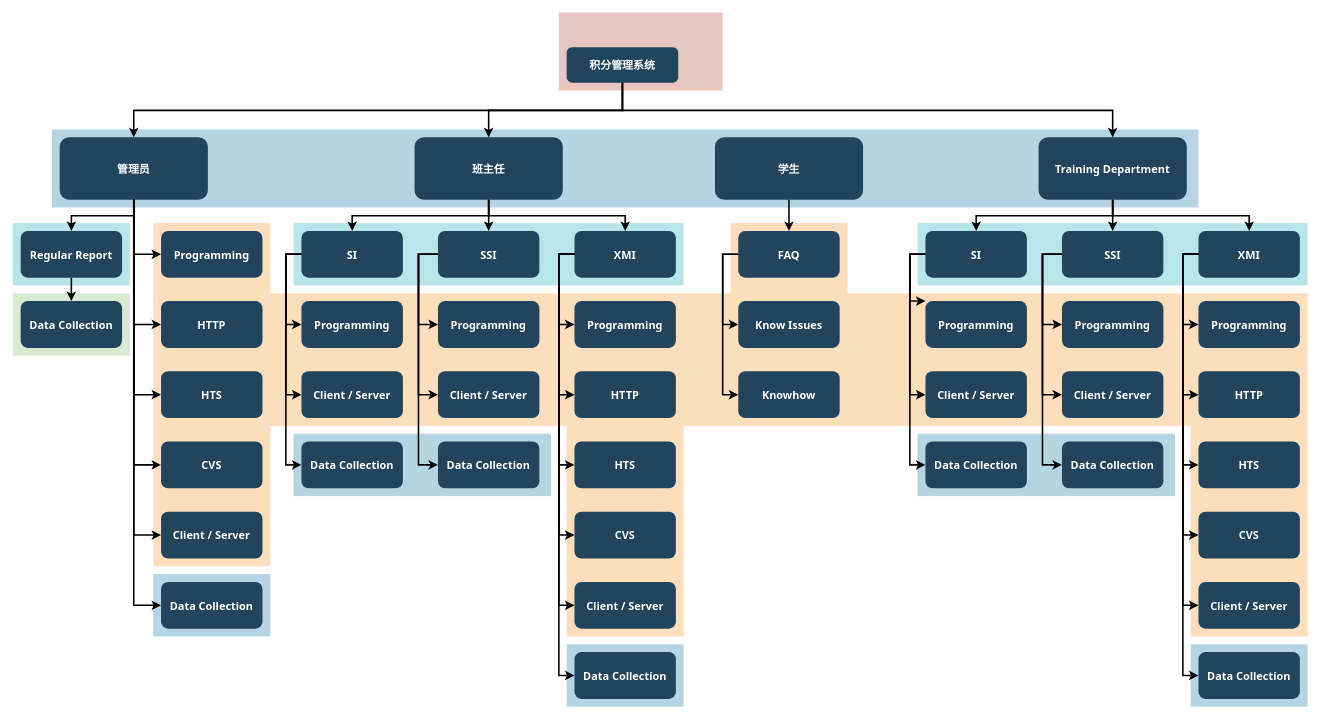
The draw.io diagram Untitled Diagram.drawio in SotoLish/diagrams, before the edit. Source tidied: cells renumbered, new cells numbered last; positions are measured from the earlier drawing's top-left corner, leaving out a move shared by most shapes. Both pictures are drawn from the tidied source at 78%, with x=0, y=0 at pixel (12, 12).
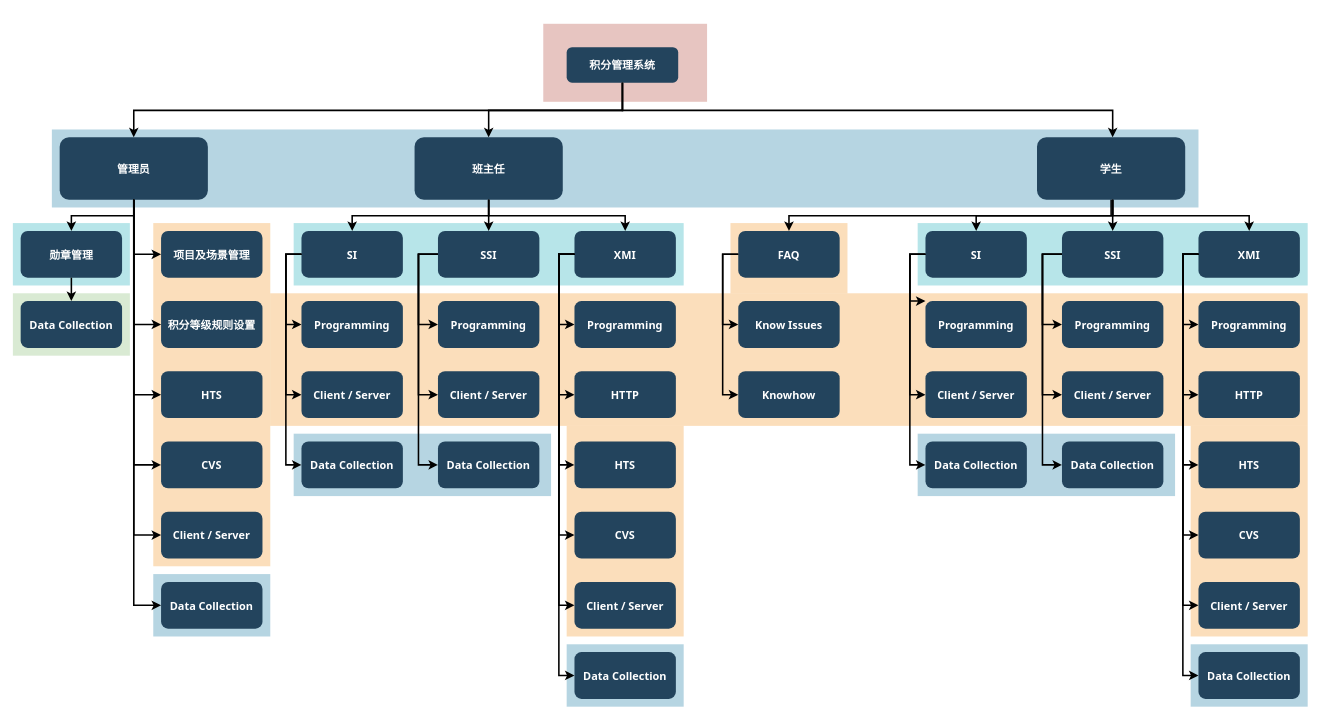
The same diagram, later.

The change refers to these unchanged cells:
```xml
<mxCell id="18" value="积分管理系统" style="rounded=1;fillColor=#23445D;gradientColor=none;strokeColor=none;fontColor=#FFFFFF;fontStyle=1;fontFamily=Tahoma;fontSize=14;" parent="1" vertex="1">
  <mxGeometry x="710" y="44" width="143" height="45.5" as="geometry" />
</mxCell>
<mxCell id="50" value="SI" style="rounded=1;fillColor=#23445D;gradientColor=none;strokeColor=none;fontColor=#FFFFFF;fontStyle=1;fontFamily=Tahoma;fontSize=14;" parent="1" vertex="1">
  <mxGeometry x="1170" y="279.5" width="130" height="60" as="geometry" />
</mxCell>
<mxCell id="54" value="SSI" style="rounded=1;fillColor=#23445D;gradientColor=none;strokeColor=none;fontColor=#FFFFFF;fontStyle=1;fontFamily=Tahoma;fontSize=14;" parent="1" vertex="1">
  <mxGeometry x="1345" y="279.5" width="130" height="60" as="geometry" />
</mxCell>
<mxCell id="58" value="XMI" style="rounded=1;fillColor=#23445D;gradientColor=none;strokeColor=none;fontColor=#FFFFFF;fontStyle=1;fontFamily=Tahoma;fontSize=14;" parent="1" vertex="1">
  <mxGeometry x="1520" y="279.5" width="130" height="60" as="geometry" />
</mxCell>
```

What changed in the source:
```diff
@@
     <mxCell id="2" style="fillColor=#AE4132;strokeColor=none;opacity=30;" parent="1" vertex="1">
-      <mxGeometry x="700" y="-0.5" width="210" height="100" as="geometry" />
+      <mxGeometry x="680" y="14" width="210" height="100" as="geometry" />
     </mxCell>
@@
-    <mxCell id="19" value="Training Department" style="rounded=1;fillColor=#23445D;gradientColor=none;strokeColor=none;fontColor=#FFFFFF;fontStyle=1;fontFamily=Tahoma;fontSize=14;" parent="1" vertex="1">
-      <mxGeometry x="1315" y="159.5" width="190" height="80" as="geometry" />
-    </mxCell>
-    <mxCell id="20" style="edgeStyle=elbowEdgeStyle;elbow=vertical;strokeWidth=2;rounded=0;" parent="1" edge="1" source="18" target="19">
-      <mxGeometry x="337" y="215.5" as="geometry" />
+    <mxCell id="20" style="edgeStyle=elbowEdgeStyle;elbow=vertical;strokeWidth=2;rounded=0;" parent="1" edge="1" source="18">
+      <mxGeometry x="337" y="215.5" as="geometry">
+        <mxPoint x="1410" y="159.5" as="targetPoint" />
+      </mxGeometry>
     </mxCell>
     <mxCell id="21" value="学生" style="rounded=1;fillColor=#23445D;gradientColor=none;strokeColor=none;fontColor=#FFFFFF;fontStyle=1;fontFamily=Tahoma;fontSize=14;" parent="1" vertex="1">
-      <mxGeometry x="900" y="159.5" width="190" height="80" as="geometry" />
+      <mxGeometry x="1313" y="159.5" width="190" height="80" as="geometry" />
     </mxCell>
@@
-    <mxCell id="24" value="Regular Report" style="rounded=1;fillColor=#23445D;gradientColor=none;strokeColor=none;fontColor=#FFFFFF;fontStyle=1;fontFamily=Tahoma;fontSize=14;" parent="1" vertex="1">
+    <mxCell id="24" value="勋章管理" style="rounded=1;fillColor=#23445D;gradientColor=none;strokeColor=none;fontColor=#FFFFFF;fontStyle=1;fontFamily=Tahoma;fontSize=14;" parent="1" vertex="1">
       <mxGeometry x="10" y="279.5" width="130" height="60" as="geometry" />
     </mxCell>
@@
-    <mxCell id="26" value="Programming" style="rounded=1;fillColor=#23445D;gradientColor=none;strokeColor=none;fontColor=#FFFFFF;fontStyle=1;fontFamily=Tahoma;fontSize=14;" parent="1" vertex="1">
+    <mxCell id="26" value="项目及场景管理" style="rounded=1;fillColor=#23445D;gradientColor=none;strokeColor=none;fontColor=#FFFFFF;fontStyle=1;fontFamily=Tahoma;fontSize=14;" parent="1" vertex="1">
       <mxGeometry x="190" y="279.5" width="130" height="60" as="geometry" />
     </mxCell>
-    <mxCell id="27" value="HTTP" style="rounded=1;fillColor=#23445D;gradientColor=none;strokeColor=none;fontColor=#FFFFFF;fontStyle=1;fontFamily=Tahoma;fontSize=14;" parent="1" vertex="1">
+    <mxCell id="27" value="积分等级规则设置" style="rounded=1;fillColor=#23445D;gradientColor=none;strokeColor=none;fontColor=#FFFFFF;fontStyle=1;fontFamily=Tahoma;fontSize=14;" parent="1" vertex="1">
       <mxGeometry x="190" y="369.5" width="130" height="60" as="geometry" />
     </mxCell>
@@
-    <mxCell id="104" style="edgeStyle=elbowEdgeStyle;elbow=vertical;strokeWidth=2;rounded=0;" parent="1" edge="1" source="19" target="54">
-      <mxGeometry x="-23" y="135.5" as="geometry" />
+    <mxCell id="104" style="edgeStyle=elbowEdgeStyle;elbow=vertical;strokeWidth=2;rounded=0;" parent="1" edge="1" target="54">
+      <mxGeometry x="-23" y="135.5" as="geometry">
+        <mxPoint x="1410" y="239.5" as="sourcePoint" />
+      </mxGeometry>
     </mxCell>
-    <mxCell id="105" style="edgeStyle=elbowEdgeStyle;elbow=vertical;strokeWidth=2;rounded=0;" parent="1" edge="1" source="19" target="50">
-      <mxGeometry x="-23" y="135.5" as="geometry" />
+    <mxCell id="105" style="edgeStyle=elbowEdgeStyle;elbow=vertical;strokeWidth=2;rounded=0;" parent="1" edge="1" target="50">
+      <mxGeometry x="-23" y="135.5" as="geometry">
+        <mxPoint x="1410" y="239.5" as="sourcePoint" />
+      </mxGeometry>
     </mxCell>
-    <mxCell id="106" style="edgeStyle=elbowEdgeStyle;elbow=vertical;strokeWidth=2;rounded=0;" parent="1" edge="1" source="19" target="58">
-      <mxGeometry x="-23" y="135.5" as="geometry" />
+    <mxCell id="106" style="edgeStyle=elbowEdgeStyle;elbow=vertical;strokeWidth=2;rounded=0;" parent="1" edge="1" target="58">
+      <mxGeometry x="-23" y="135.5" as="geometry">
+        <mxPoint x="1410" y="239.5" as="sourcePoint" />
+      </mxGeometry>
     </mxCell>
```
